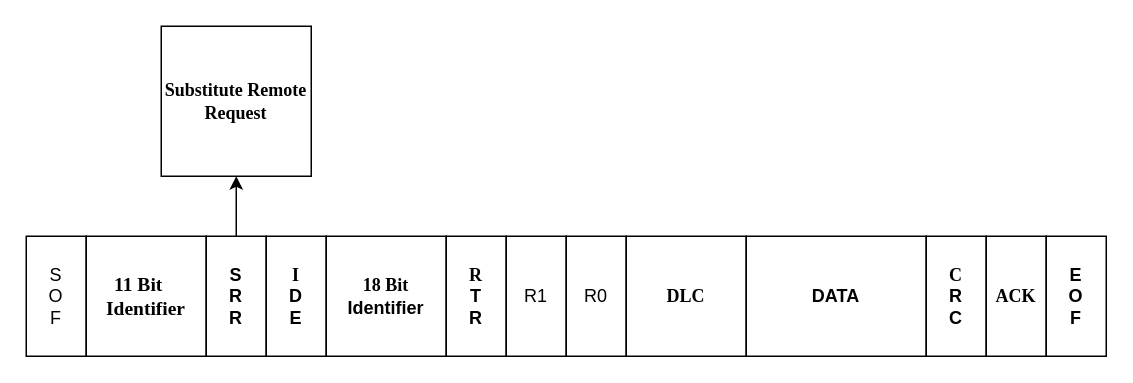
Earlier version of the draw.io diagram ExtendedCanFrame.drawio (MortadhaDhahri017/Rust_CEGW). Source tidied: cells renumbered, new cells numbered last; positions are measured from the earlier drawing's top-left corner, leaving out a move shared by most shapes. Both pictures are drawn from the tidied source at 150%, with x=0, y=0 at pixel (26, 26).
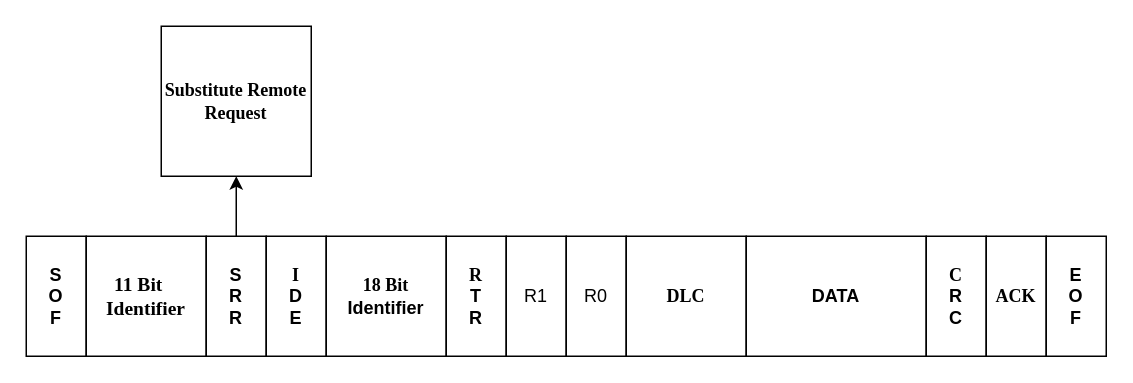
Above is the later version.

What changed in the source:
```diff
@@
 <mxGraphModel>
   <root>
     <mxCell id="0" />
     <mxCell id="1" parent="0" />
-    <mxCell id="2" value="&lt;div&gt;S&lt;/div&gt;&lt;div&gt;O&lt;/div&gt;&lt;div&gt;F&lt;/div&gt;" style="rounded=0;whiteSpace=wrap;html=1;" parent="1" vertex="1">
+    <mxCell id="2" value="&lt;div&gt;&lt;b&gt;S&lt;/b&gt;&lt;/div&gt;&lt;div&gt;&lt;b&gt;O&lt;/b&gt;&lt;/div&gt;&lt;div&gt;&lt;b&gt;F&lt;/b&gt;&lt;/div&gt;" style="rounded=0;whiteSpace=wrap;html=1;" parent="1" vertex="1">
       <mxGeometry y="140" width="40" height="80" as="geometry" />
     </mxCell>
     <mxCell id="3" value="&lt;font style=&quot;font-size: 13px;&quot;&gt;&lt;b&gt;&lt;font style=&quot;font-size: 13px;&quot; face=&quot;Times New Roman&quot;&gt;11 Bit &amp;nbsp;&amp;nbsp; Identifier&lt;/font&gt;&lt;/b&gt;&lt;/font&gt;" style="rounded=0;whiteSpace=wrap;html=1;" parent="1" vertex="1">
       <mxGeometry x="40" y="140" width="80" height="80" as="geometry" />
     </mxCell>
     <mxCell id="4" style="edgeStyle=orthogonalEdgeStyle;rounded=0;jettySize=auto;html=1;" parent="1" edge="1" source="5">
       <mxGeometry relative="1" as="geometry">
         <mxPoint x="140" y="100" as="targetPoint" />
       </mxGeometry>
     </mxCell>
     <mxCell id="5" value="&lt;div&gt;&lt;b&gt;S&lt;/b&gt;&lt;/div&gt;&lt;div&gt;&lt;b&gt;R&lt;/b&gt;&lt;/div&gt;&lt;div&gt;&lt;b&gt;R&lt;/b&gt;&lt;br&gt;&lt;/div&gt;" style="rounded=0;whiteSpace=wrap;html=1;" parent="1" vertex="1">
       <mxGeometry x="120" y="140" width="40" height="80" as="geometry" />
     </mxCell>
     <mxCell id="6" value="&lt;div&gt;&lt;font face=&quot;Times New Roman&quot;&gt;&lt;b&gt;I&lt;/b&gt;&lt;/font&gt;&lt;/div&gt;&lt;div&gt;&lt;font face=&quot;QsN-0UjsSCrSD5k7TdJo&quot;&gt;&lt;b&gt;D&lt;/b&gt;&lt;/font&gt;&lt;/div&gt;&lt;div&gt;&lt;b&gt;&lt;font face=&quot;QsN-0UjsSCrSD5k7TdJo&quot;&gt;E&lt;/font&gt;&lt;br&gt;&lt;/b&gt;&lt;/div&gt;" style="rounded=0;whiteSpace=wrap;html=1;" parent="1" vertex="1">
       <mxGeometry x="160" y="140" width="40" height="80" as="geometry" />
     </mxCell>
     <mxCell id="7" value="&lt;div&gt;&lt;font face=&quot;Times New Roman&quot;&gt;&lt;b&gt;18 Bit &lt;br&gt;&lt;/b&gt;&lt;/font&gt;&lt;/div&gt;&lt;div&gt;&lt;font face=&quot;wAF-OrECbSB6G3bs_wlJ&quot;&gt;&lt;b&gt;Identifier&lt;/b&gt;&lt;/font&gt;&lt;br&gt;&lt;/div&gt;" style="rounded=0;whiteSpace=wrap;html=1;" parent="1" vertex="1">
       <mxGeometry x="200" y="140" width="80" height="80" as="geometry" />
     </mxCell>
     <mxCell id="8" value="&lt;div&gt;&lt;font face=&quot;Times New Roman&quot;&gt;&lt;b&gt;R&lt;/b&gt;&lt;/font&gt;&lt;/div&gt;&lt;div&gt;&lt;font face=&quot;Vx1dREk90Dh-DFUNo5-9&quot;&gt;&lt;b&gt;T&lt;/b&gt;&lt;/font&gt;&lt;/div&gt;&lt;div&gt;&lt;font face=&quot;Vx1dREk90Dh-DFUNo5-9&quot;&gt;&lt;b&gt;R&lt;/b&gt;&lt;/font&gt;&lt;br&gt;&lt;/div&gt;" style="rounded=0;whiteSpace=wrap;html=1;" parent="1" vertex="1">
       <mxGeometry x="280" y="140" width="40" height="80" as="geometry" />
     </mxCell>
     <mxCell id="9" value="R1" style="rounded=0;whiteSpace=wrap;html=1;" parent="1" vertex="1">
       <mxGeometry x="320" y="140" width="40" height="80" as="geometry" />
     </mxCell>
     <mxCell id="10" value="R0" style="rounded=0;whiteSpace=wrap;html=1;" parent="1" vertex="1">
       <mxGeometry x="360" y="140" width="40" height="80" as="geometry" />
     </mxCell>
     <mxCell id="11" value="&lt;font face=&quot;Times New Roman&quot;&gt;&lt;b&gt;DLC&lt;/b&gt;&lt;/font&gt;" style="rounded=0;whiteSpace=wrap;html=1;" parent="1" vertex="1">
       <mxGeometry x="400" y="140" width="80" height="80" as="geometry" />
     </mxCell>
     <mxCell id="12" value="&lt;b&gt;DATA&lt;/b&gt;" style="rounded=0;whiteSpace=wrap;html=1;" parent="1" vertex="1">
       <mxGeometry x="480" y="140" width="120" height="80" as="geometry" />
     </mxCell>
     <mxCell id="13" value="&lt;div&gt;&lt;font face=&quot;Times New Roman&quot;&gt;&lt;b&gt;C&lt;/b&gt;&lt;/font&gt;&lt;/div&gt;&lt;div&gt;&lt;font face=&quot;QnLmP5_4tKMt6XVGKwvY&quot;&gt;&lt;b&gt;R&lt;/b&gt;&lt;/font&gt;&lt;/div&gt;&lt;div&gt;&lt;b&gt;&lt;font face=&quot;QnLmP5_4tKMt6XVGKwvY&quot;&gt;C&lt;/font&gt;&lt;br&gt;&lt;/b&gt;&lt;/div&gt;" style="rounded=0;whiteSpace=wrap;html=1;" parent="1" vertex="1">
       <mxGeometry x="600" y="140" width="40" height="80" as="geometry" />
     </mxCell>
     <mxCell id="14" value="&lt;b&gt;&lt;font face=&quot;Times New Roman&quot;&gt;ACK&lt;/font&gt;&lt;/b&gt;" style="rounded=0;whiteSpace=wrap;html=1;" parent="1" vertex="1">
       <mxGeometry x="640" y="140" width="40" height="80" as="geometry" />
     </mxCell>
     <mxCell id="15" value="&lt;div&gt;&lt;b&gt;E&lt;/b&gt;&lt;/div&gt;&lt;div&gt;&lt;b&gt;O&lt;/b&gt;&lt;/div&gt;&lt;div&gt;&lt;b&gt;F&lt;/b&gt;&lt;br&gt;&lt;/div&gt;" style="rounded=0;whiteSpace=wrap;html=1;" parent="1" vertex="1">
       <mxGeometry x="680" y="140" width="40" height="80" as="geometry" />
     </mxCell>
     <mxCell id="16" value="&lt;b&gt;&lt;font face=&quot;Times New Roman&quot;&gt;Substitute Remote Request &lt;/font&gt;&lt;/b&gt;" style="whiteSpace=wrap;html=1;" parent="1" vertex="1">
       <mxGeometry x="90" width="100" height="100" as="geometry" />
     </mxCell>
   </root>
 </mxGraphModel>
```
